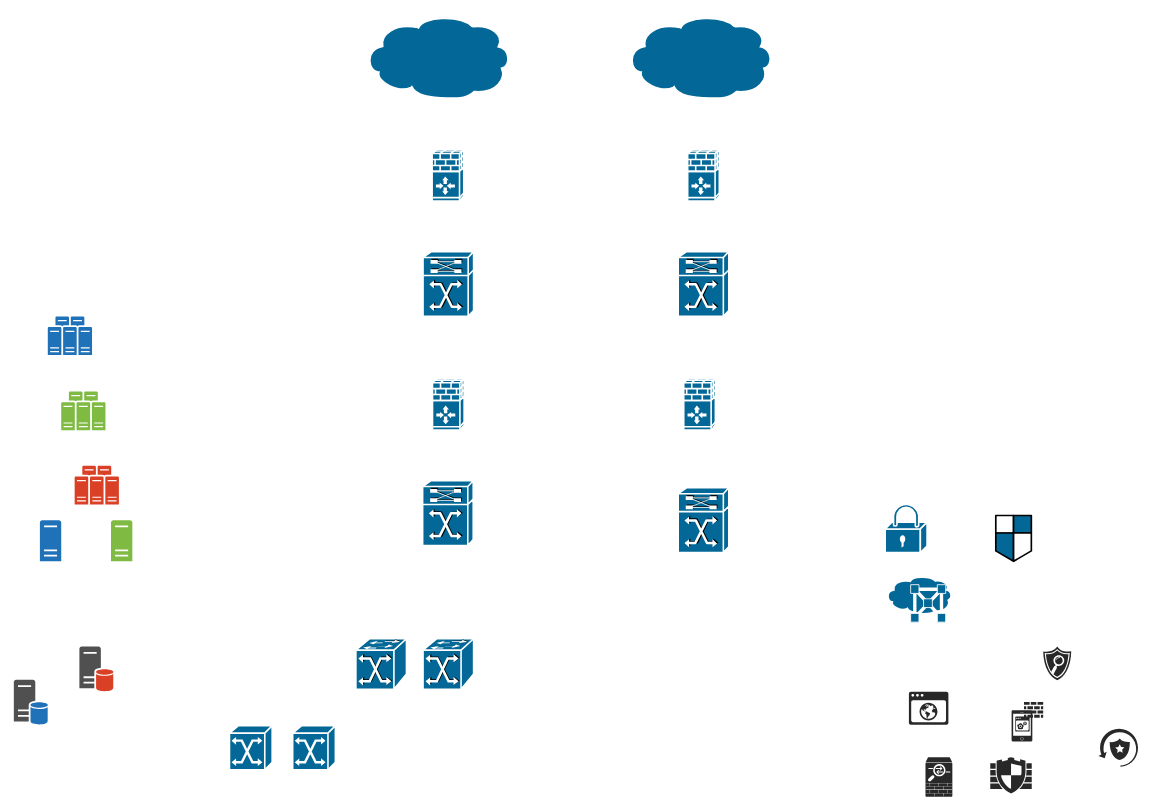
Earlier version of the draw.io diagram IDC-202306.drawio (hel-2000/network-draw). Source tidied: cells renumbered, new cells numbered last; positions are measured from the earlier drawing's top-left corner, leaving out a move shared by most shapes. Both pictures are drawn from the tidied source at 79%, with x=0, y=0 at pixel (13, 14).
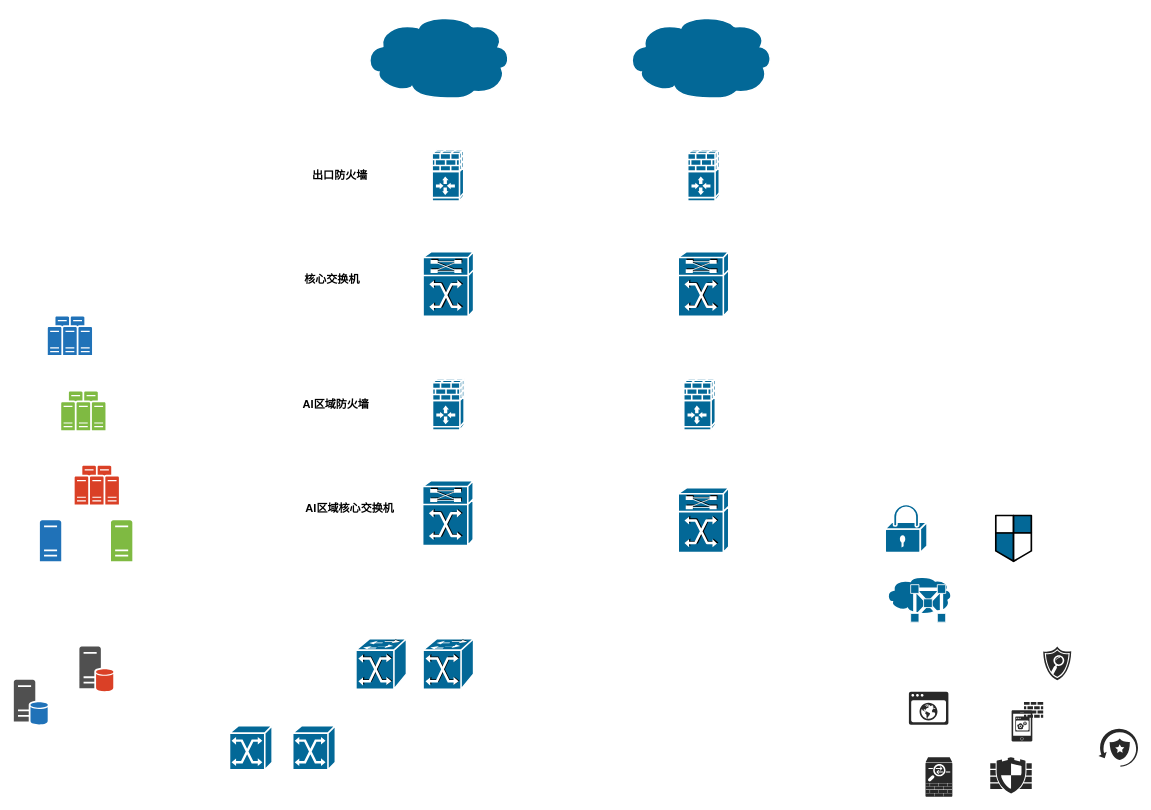
Above is the later version.

Change to the diagram source:
```diff
@@
+    <mxCell id="32" value="&lt;b&gt;&lt;font style=&quot;font-size: 14px;&quot;&gt;出口防火墙&lt;/font&gt;&lt;/b&gt;" style="text;strokeColor=none;align=center;fillColor=none;html=1;verticalAlign=middle;whiteSpace=wrap;rounded=0;" parent="1" vertex="1">
+      <mxGeometry x="373" y="188" width="80" height="30" as="geometry" />
+    </mxCell>
+    <mxCell id="33" value="&lt;b&gt;&lt;font style=&quot;font-size: 14px;&quot;&gt;核心交换机&lt;/font&gt;&lt;/b&gt;" style="text;strokeColor=none;align=center;fillColor=none;html=1;verticalAlign=middle;whiteSpace=wrap;rounded=0;" parent="1" vertex="1">
+      <mxGeometry x="363" y="320" width="80" height="30" as="geometry" />
+    </mxCell>
+    <mxCell id="34" value="&lt;b&gt;&lt;font style=&quot;font-size: 14px;&quot;&gt;AI区域防火墙&lt;/font&gt;&lt;/b&gt;" style="text;strokeColor=none;align=center;fillColor=none;html=1;verticalAlign=middle;whiteSpace=wrap;rounded=0;" parent="1" vertex="1">
+      <mxGeometry x="363" y="478" width="90" height="30" as="geometry" />
+    </mxCell>
+    <mxCell id="35" value="&lt;b&gt;&lt;font style=&quot;font-size: 14px;&quot;&gt;AI区域核心交换机&lt;/font&gt;&lt;/b&gt;" style="text;strokeColor=none;align=center;fillColor=none;html=1;verticalAlign=middle;whiteSpace=wrap;rounded=0;" parent="1" vertex="1">
+      <mxGeometry x="368" y="610" width="115" height="30" as="geometry" />
+    </mxCell>
```
